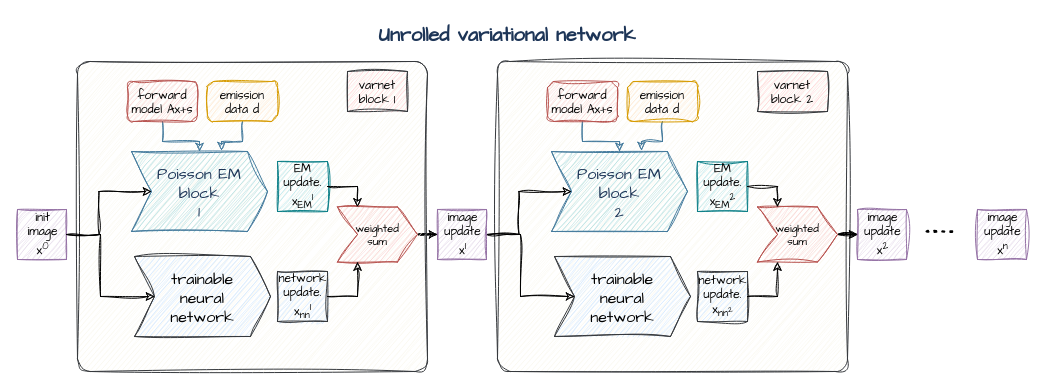
Above: 2023-MIC/figs/unrolled_varnet.dio in gschramm/parallelproj-examples (draw.io), before the change. Source tidied: cells renumbered, new cells numbered last; positions are measured from the earlier drawing's top-left corner, leaving out a move shared by most shapes. Both pictures are drawn from the tidied source at 100%, with x=0, y=0 at pixel (17, 17).
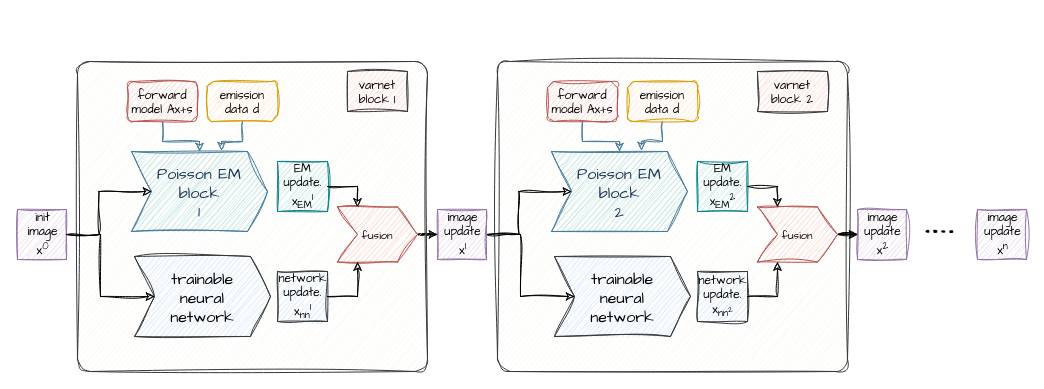
The same page after the edit.

The change refers to these unchanged cells:
```xml
<mxCell id="9" style="group;" parent="1" vertex="1">
  <mxGeometry x="60" y="44" width="350" height="310" as="geometry" />
</mxCell>
```

What changed in the source:
```diff
@@
-    <mxCell id="3" value="Unrolled variational network" style="text;strokeColor=none;fillColor=none;align=center;verticalAlign=middle;rounded=0;fontSize=20;fontFamily=Architects Daughter;fontColor=#1D3557;fontStyle=1;" parent="1" vertex="1">
-      <mxGeometry x="460" width="60" height="30" as="geometry" />
-    </mxCell>
@@
-    <mxCell id="20" value="weighted&#10;sum" style="shape=step;perimeter=stepPerimeter;fixedSize=1;sketch=1;curveFitting=1;jiggle=2;fontFamily=Architects Daughter;fontSize=11;fillColor=#f8cecc;strokeColor=#b85450;" parent="9" vertex="1">
+    <mxCell id="20" value="fusion" style="shape=step;perimeter=stepPerimeter;fixedSize=1;sketch=1;curveFitting=1;jiggle=2;fontFamily=Architects Daughter;fontSize=11;fillColor=#f8cecc;strokeColor=#b85450;" parent="9" vertex="1">
       <mxGeometry x="260" y="145.5" width="80" height="55" as="geometry" />
     </mxCell>
@@
-    <mxCell id="35" value="weighted&#10;sum" style="shape=step;perimeter=stepPerimeter;fixedSize=1;sketch=1;curveFitting=1;jiggle=2;fontFamily=Architects Daughter;fontSize=11;fillColor=#f8cecc;strokeColor=#b85450;" parent="1" vertex="1">
+    <mxCell id="35" value="fusion" style="shape=step;perimeter=stepPerimeter;fixedSize=1;sketch=1;curveFitting=1;jiggle=2;fontFamily=Architects Daughter;fontSize=11;fillColor=#f8cecc;strokeColor=#b85450;" parent="1" vertex="1">
       <mxGeometry x="740" y="189.5" width="80" height="55" as="geometry" />
     </mxCell>
```
